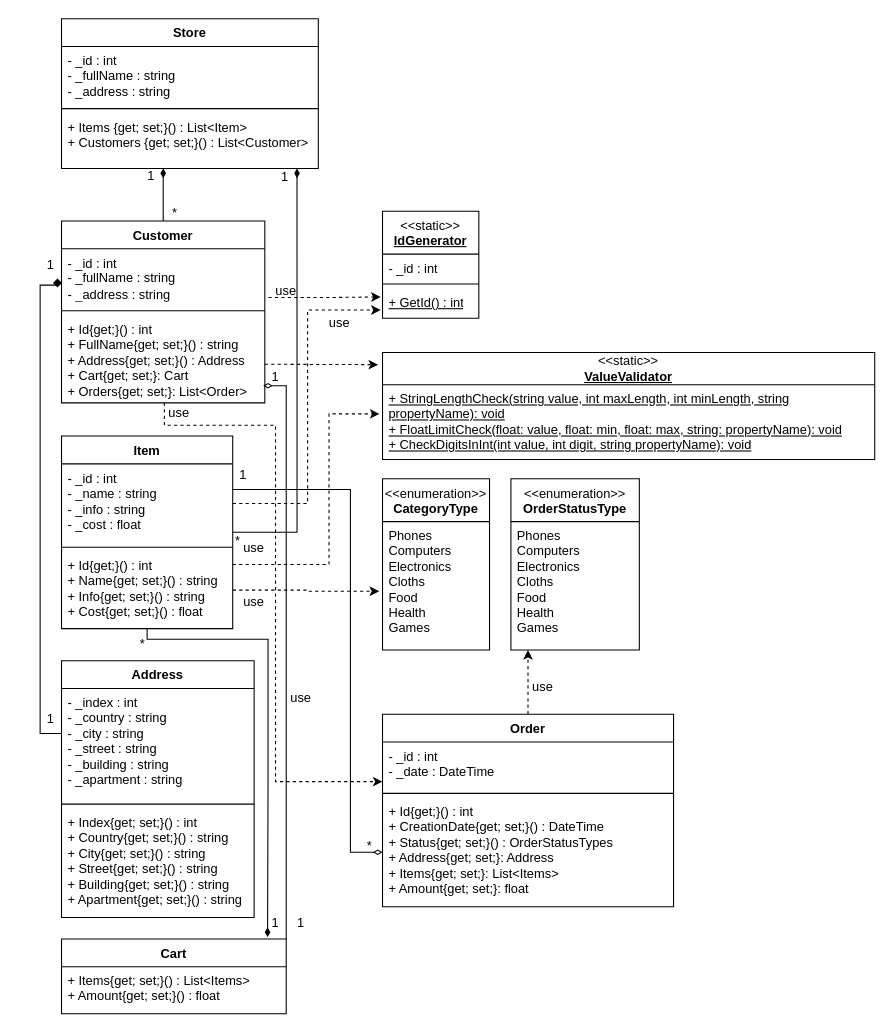
This is oop-winform/Diagram.drawio from antoniocra04/oop-winform, a draw.io file, before an edit. Source tidied: cells renumbered, new cells numbered last; positions are measured from the earlier drawing's top-left corner, leaving out a move shared by most shapes. Both pictures are drawn from the tidied source at 107%, with x=0, y=0 at pixel (18, 18).
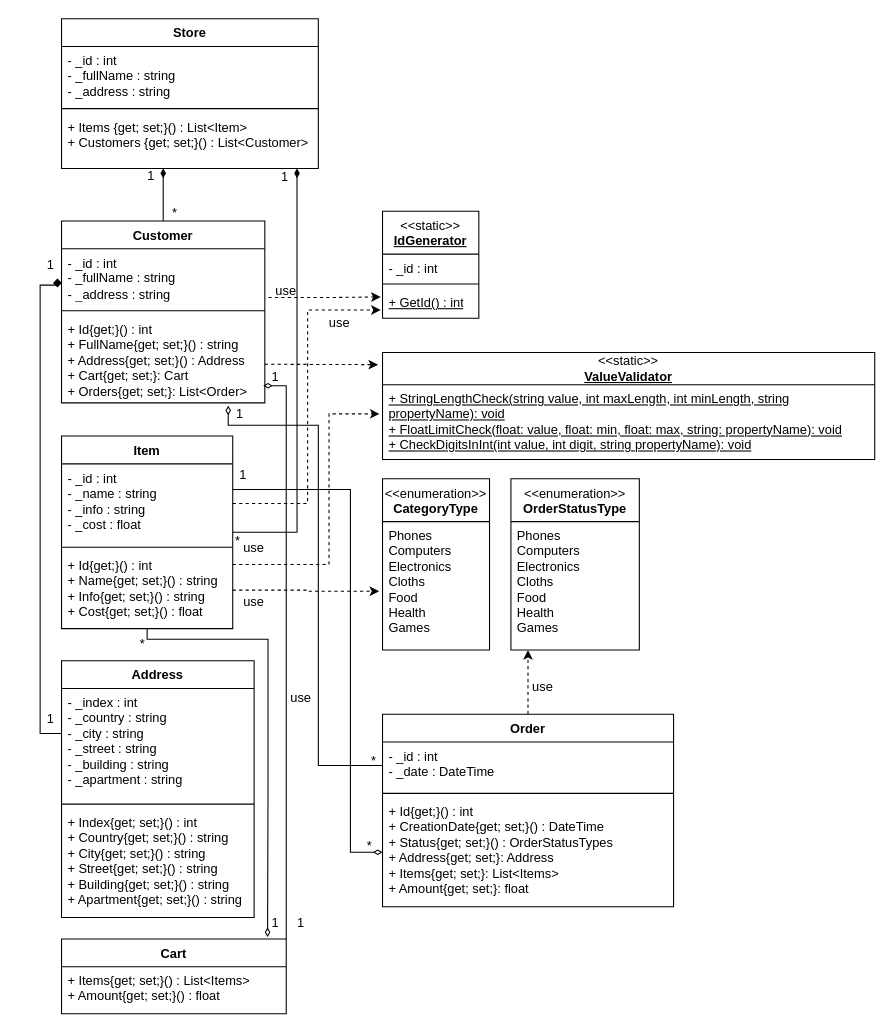
The same diagram, later.

Commit message (it also covers changes not shown here):
fix(diagram): исправления диаграмы

The change refers to these unchanged cells:
```xml
<mxCell id="5" value="+ Id{get;}() : int&lt;br&gt;+ FullName{get; set;}() : string&lt;br&gt;+ Address{get; set;}() : Address&lt;div&gt;+ Cart{get; set;}: Cart&lt;/div&gt;&lt;div&gt;+ Orders{get; set;}: List&amp;lt;Order&amp;gt;&lt;/div&gt;" style="text;strokeColor=none;fillColor=none;align=left;verticalAlign=top;spacingLeft=4;spacingRight=4;overflow=hidden;points=[[0,0.5],[1,0.5]];portConstraint=eastwest;whiteSpace=wrap;html=1;" parent="2" vertex="1">
  <mxGeometry y="88" width="190" height="82" as="geometry" />
</mxCell>
<mxCell id="6" value="Item" style="swimlane;fontStyle=1;align=center;verticalAlign=top;horizontal=1;startSize=26;whiteSpace=wrap;html=1;" parent="1" vertex="1">
  <mxGeometry x="40" y="390" width="160" height="180" as="geometry" />
</mxCell>
<mxCell id="45" value="Cart" style="swimlane;fontStyle=1;align=center;verticalAlign=top;horizontal=1;startSize=26;whiteSpace=wrap;html=1;" parent="1" vertex="1">
  <mxGeometry x="40" y="860" width="210" height="70" as="geometry" />
</mxCell>
<mxCell id="49" value="- _id : int&lt;br&gt;- _date : DateTime" style="text;strokeColor=none;fillColor=none;align=left;verticalAlign=top;spacingLeft=4;spacingRight=4;overflow=hidden;points=[[0,0.5],[1,0.5]];portConstraint=eastwest;whiteSpace=wrap;html=1;" parent="48" vertex="1">
  <mxGeometry y="26" width="272" height="44" as="geometry" />
</mxCell>
```

Diff of the diagram source:
```diff
@@
-    <mxCell id="20" value="use" style="text;html=1;align=center;verticalAlign=middle;whiteSpace=wrap;rounded=0;" parent="1" vertex="1">
-      <mxGeometry x="120" y="354" width="60" height="30" as="geometry" />
-    </mxCell>
@@
-    <mxCell id="56" style="edgeStyle=orthogonalEdgeStyle;rounded=0;orthogonalLoop=1;jettySize=auto;html=1;entryX=-0.004;entryY=0.841;entryDx=0;entryDy=0;entryPerimeter=0;dashed=1;" parent="1" edge="1">
-      <mxGeometry relative="1" as="geometry">
-        <mxPoint x="136.1" y="359" as="sourcePoint" />
-        <mxPoint x="340" y="713" as="targetPoint" />
-        <Array as="points">
-          <mxPoint x="136" y="380" />
-          <mxPoint x="240" y="380" />
-          <mxPoint x="240" y="713" />
-        </Array>
-      </mxGeometry>
-    </mxCell>
@@
-    <mxCell id="63" style="edgeStyle=orthogonalEdgeStyle;rounded=0;jettySize=auto;html=1;entryX=0.917;entryY=-0.026;entryDx=0;entryDy=0;entryPerimeter=0;endArrow=diamondThin;endFill=1;" parent="1" edge="1" source="6" target="45">
+    <mxCell id="63" style="edgeStyle=orthogonalEdgeStyle;rounded=0;jettySize=auto;html=1;entryX=0.917;entryY=-0.026;entryDx=0;entryDy=0;entryPerimeter=0;endArrow=diamondThin;endFill=0;" parent="1" edge="1" source="6" target="45">
       <mxGeometry relative="1" as="geometry">
         <Array as="points">
           <mxPoint x="120" y="580" />
           <mxPoint x="233" y="580" />
           <mxPoint x="233" y="715" />
           <mxPoint x="233" y="715" />
         </Array>
       </mxGeometry>
     </mxCell>
@@
+    <mxCell id="66" style="edgeStyle=orthogonalEdgeStyle;rounded=0;jettySize=auto;html=1;entryX=0.82;entryY=1.032;entryDx=0;entryDy=0;entryPerimeter=0;endArrow=diamondThin;endFill=0;" parent="1" edge="1" source="49" target="5">
+      <mxGeometry relative="1" as="geometry">
+        <Array as="points">
+          <mxPoint x="280" y="698" />
+          <mxPoint x="280" y="380" />
+          <mxPoint x="196" y="380" />
+        </Array>
+      </mxGeometry>
+    </mxCell>
+    <mxCell id="67" value="1" style="text;html=1;align=center;verticalAlign=middle;whiteSpace=wrap;rounded=0;" parent="1" vertex="1">
+      <mxGeometry x="192" y="355" width="30" height="30" as="geometry" />
+    </mxCell>
+    <mxCell id="68" value="*" style="text;html=1;align=center;verticalAlign=middle;whiteSpace=wrap;rounded=0;" parent="1" vertex="1">
+      <mxGeometry x="317" y="679" width="30" height="30" as="geometry" />
+    </mxCell>
```
